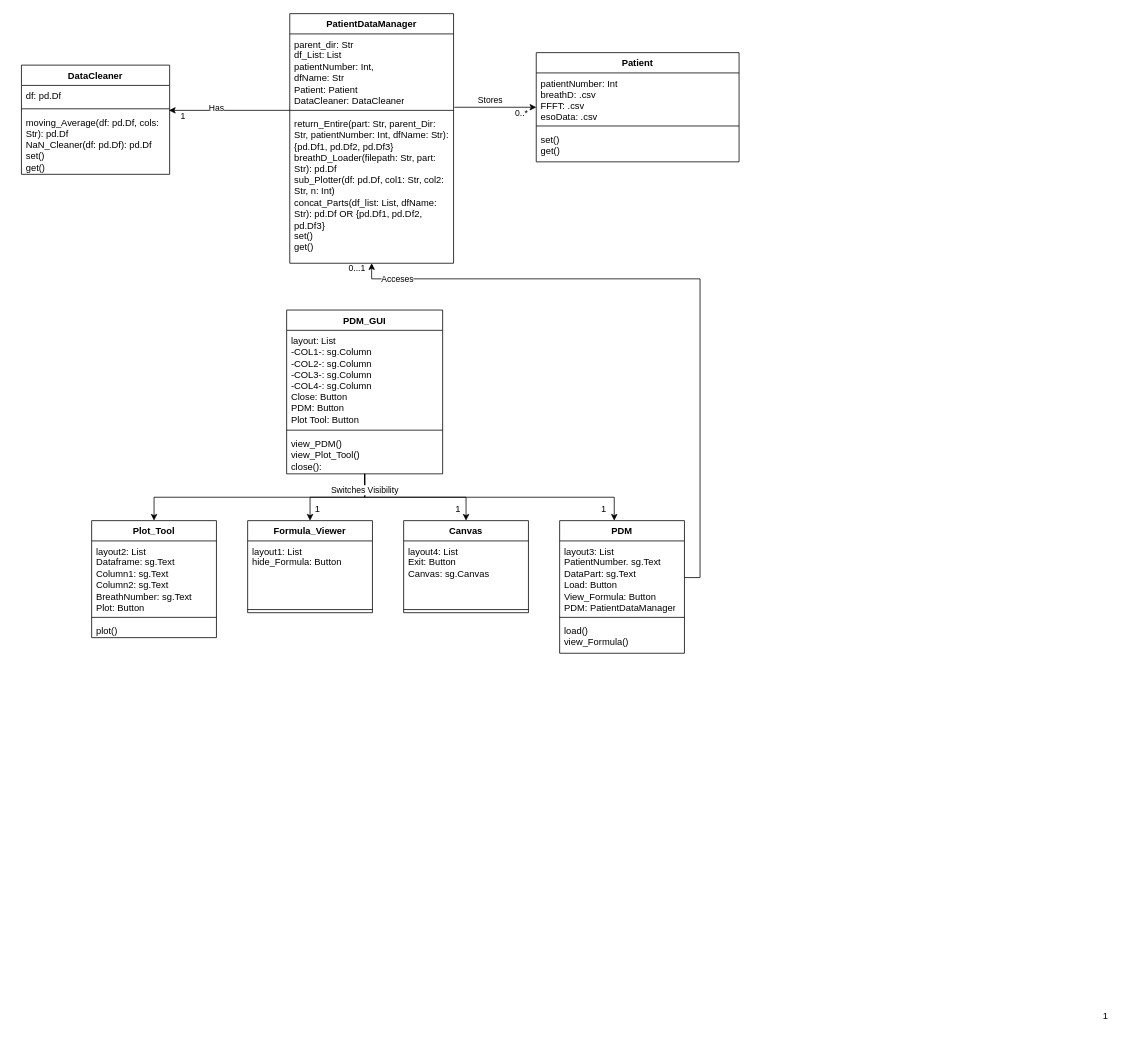
Earlier version of the draw.io diagram Figures/PDM_Analysis_Class.drawio (lleuch18/P9). Source tidied: cells renumbered, new cells numbered last; positions are measured from the earlier drawing's top-left corner, leaving out a move shared by most shapes. Both pictures are drawn from the tidied source at 78%, with x=0, y=0 at pixel (21, 13).
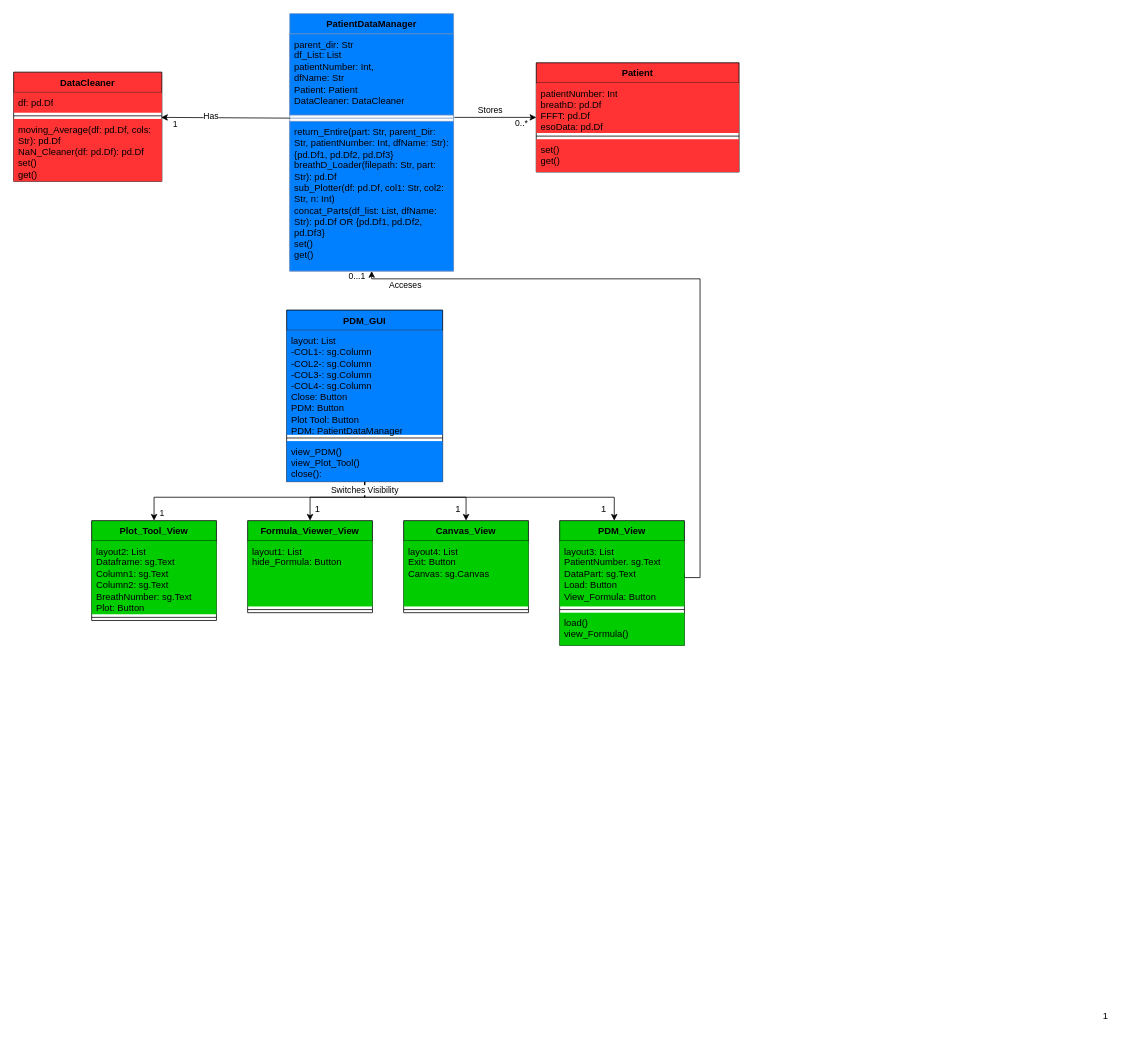
After the change.

Unchanged cells that the change refers to:
```xml
<mxCell id="2" value="0...1" style="edgeStyle=orthogonalEdgeStyle;rounded=0;jettySize=auto;html=1;entryX=1;entryY=0.5;entryDx=0;entryDy=0;endArrow=none;endFill=0;startArrow=classic;startFill=1;" parent="1" edge="1" source="4" target="32">
  <mxGeometry x="-0.98" y="-19" relative="1" as="geometry">
    <Array as="points">
      <mxPoint x="449" y="340" />
      <mxPoint x="870" y="340" />
      <mxPoint x="870" y="723" />
    </Array>
    <mxPoint y="-1" as="offset" />
  </mxGeometry>
</mxCell>
```

What changed in the source:
```diff
@@
     <mxCell id="3" value="Acceses" style="edgeLabel;html=1;align=center;verticalAlign=middle;" parent="2" vertex="1">
       <mxGeometry x="-0.71" y="4" relative="1" as="geometry">
-        <mxPoint x="-70" y="4" as="offset" />
+        <mxPoint x="-70" y="11" as="offset" />
       </mxGeometry>
     </mxCell>
-    <mxCell id="4" value="PatientDataManager" style="swimlane;fontStyle=1;align=center;verticalAlign=top;horizontal=1;startSize=26;whiteSpace=wrap;html=1;" parent="1" vertex="1">
-      <mxGeometry x="344" width="210" height="320" as="geometry" />
+    <mxCell id="4" value="PatientDataManager" style="swimlane;fontStyle=1;align=center;verticalAlign=top;horizontal=1;startSize=26;whiteSpace=wrap;html=1;fillColor=#007FFF;strokeColor=#6c8ebf;" parent="1" vertex="1">
+      <mxGeometry x="344" width="210" height="330" as="geometry" />
     </mxCell>
-    <mxCell id="5" value="parent_dir: Str&lt;br&gt;df_List: List&lt;br&gt;patientNumber: Int,&lt;br&gt;dfName: Str&lt;br&gt;Patient: Patient&lt;br&gt;DataCleaner: DataCleaner" style="text;strokeColor=none;fillColor=none;align=left;verticalAlign=top;spacingLeft=4;spacingRight=4;overflow=hidden;whiteSpace=wrap;html=1;" parent="4" vertex="1">
-      <mxGeometry y="26" width="210" height="94" as="geometry" />
+    <mxCell id="5" value="parent_dir: Str&lt;br&gt;df_List: List&lt;br&gt;patientNumber: Int,&lt;br&gt;dfName: Str&lt;br&gt;Patient: Patient&lt;br&gt;DataCleaner: DataCleaner&lt;br&gt;" style="text;strokeColor=#6c8ebf;fillColor=#007FFF;align=left;verticalAlign=top;spacingLeft=4;spacingRight=4;overflow=hidden;whiteSpace=wrap;html=1;" parent="4" vertex="1">
+      <mxGeometry y="26" width="210" height="104" as="geometry" />
     </mxCell>
     <mxCell id="6" style="line;strokeWidth=1;fillColor=none;align=left;verticalAlign=middle;spacingTop=-1;spacingLeft=3;spacingRight=3;labelPosition=right;strokeColor=inherit;" parent="4" vertex="1">
-      <mxGeometry y="120" width="210" height="8" as="geometry" />
+      <mxGeometry y="130" width="210" height="8" as="geometry" />
     </mxCell>
-    <mxCell id="7" value="return_Entire(part: Str, parent_Dir: Str, patientNumber: Int, dfName: Str):&lt;br&gt;{pd.Df1, pd.Df2, pd.Df3}&lt;br&gt;breathD_Loader(filepath: Str, part: Str): pd.Df&lt;br&gt;sub_Plotter(df: pd.Df, col1: Str, col2: Str, n: Int)&lt;br&gt;concat_Parts(df_list: List, dfName: Str): pd.Df OR {pd.Df1, pd.Df2, pd.Df3}&lt;br&gt;set()&lt;br&gt;get()" style="text;strokeColor=none;fillColor=none;align=left;verticalAlign=top;spacingLeft=4;spacingRight=4;overflow=hidden;points=[[0,0.5],[1,0.5]];portConstraint=eastwest;whiteSpace=wrap;html=1;" parent="4" vertex="1">
-      <mxGeometry y="128" width="210" height="192" as="geometry" />
+    <mxCell id="7" value="return_Entire(part: Str, parent_Dir: Str, patientNumber: Int, dfName: Str):&lt;br&gt;{pd.Df1, pd.Df2, pd.Df3}&lt;br&gt;breathD_Loader(filepath: Str, part: Str): pd.Df&lt;br&gt;sub_Plotter(df: pd.Df, col1: Str, col2: Str, n: Int)&lt;br&gt;concat_Parts(df_list: List, dfName: Str): pd.Df OR {pd.Df1, pd.Df2, pd.Df3}&lt;br&gt;set()&lt;br&gt;get()" style="text;strokeColor=#6c8ebf;fillColor=#007FFF;align=left;verticalAlign=top;spacingLeft=4;spacingRight=4;overflow=hidden;points=[[0,0.5],[1,0.5]];portConstraint=eastwest;whiteSpace=wrap;html=1;" parent="4" vertex="1">
+      <mxGeometry y="138" width="210" height="192" as="geometry" />
     </mxCell>
-    <mxCell id="8" value="Patient" style="swimlane;fontStyle=1;align=center;verticalAlign=top;horizontal=1;startSize=26;whiteSpace=wrap;html=1;" parent="1" vertex="1">
-      <mxGeometry x="660" y="50" width="260" height="140" as="geometry" />
+    <mxCell id="8" value="Patient" style="swimlane;fontStyle=1;align=center;verticalAlign=top;horizontal=1;startSize=26;whiteSpace=wrap;html=1;fillColor=#FF3333;" parent="1" vertex="1">
+      <mxGeometry x="660" y="63" width="260" height="140" as="geometry" />
     </mxCell>
-    <mxCell id="9" value="patientNumber: Int&lt;br&gt;breathD: .csv&lt;br&gt;FFFT: .csv&lt;br&gt;esoData: .csv" style="text;strokeColor=none;fillColor=none;align=left;verticalAlign=top;spacingLeft=4;spacingRight=4;overflow=hidden;whiteSpace=wrap;html=1;" parent="8" vertex="1">
+    <mxCell id="9" value="patientNumber: Int&lt;br&gt;breathD: pd.Df&lt;br&gt;FFFT: pd.Df&lt;br&gt;esoData: pd.Df" style="text;strokeColor=none;fillColor=#FF3333;align=left;verticalAlign=top;spacingLeft=4;spacingRight=4;overflow=hidden;whiteSpace=wrap;html=1;" parent="8" vertex="1">
       <mxGeometry y="26" width="260" height="64" as="geometry" />
     </mxCell>
@@
-    <mxCell id="11" value="set()&lt;br&gt;get()" style="text;strokeColor=none;fillColor=none;align=left;verticalAlign=top;spacingLeft=4;spacingRight=4;overflow=hidden;whiteSpace=wrap;html=1;" parent="8" vertex="1">
+    <mxCell id="11" value="set()&lt;br&gt;get()" style="text;strokeColor=none;fillColor=#FF3333;align=left;verticalAlign=top;spacingLeft=4;spacingRight=4;overflow=hidden;whiteSpace=wrap;html=1;" parent="8" vertex="1">
       <mxGeometry y="98" width="260" height="42" as="geometry" />
     </mxCell>
-    <mxCell id="12" value="DataCleaner" style="swimlane;fontStyle=1;align=center;verticalAlign=top;horizontal=1;startSize=26;whiteSpace=wrap;html=1;" parent="1" vertex="1">
-      <mxGeometry y="66" width="190" height="140" as="geometry" />
+    <mxCell id="12" value="DataCleaner" style="swimlane;fontStyle=1;align=center;verticalAlign=top;horizontal=1;startSize=26;whiteSpace=wrap;html=1;fillColor=#FF3333;" parent="1" vertex="1">
+      <mxGeometry x="-10" y="75" width="190" height="140" as="geometry" />
     </mxCell>
-    <mxCell id="13" value="df: pd.Df" style="text;strokeColor=none;fillColor=none;align=left;verticalAlign=top;spacingLeft=4;spacingRight=4;overflow=hidden;whiteSpace=wrap;html=1;" parent="12" vertex="1">
+    <mxCell id="13" value="df: pd.Df" style="text;strokeColor=none;fillColor=#FF3333;align=left;verticalAlign=top;spacingLeft=4;spacingRight=4;overflow=hidden;whiteSpace=wrap;html=1;" parent="12" vertex="1">
       <mxGeometry y="26" width="190" height="26" as="geometry" />
     </mxCell>
@@
-    <mxCell id="15" value="moving_Average(df: pd.Df, cols: Str): pd.Df&lt;br&gt;NaN_Cleaner(df: pd.Df): pd.Df&lt;br&gt;set()&lt;br&gt;get()" style="text;strokeColor=none;fillColor=none;align=left;verticalAlign=top;spacingLeft=4;spacingRight=4;overflow=hidden;points=[[0,0.5],[1,0.5]];portConstraint=eastwest;whiteSpace=wrap;html=1;" parent="12" vertex="1">
+    <mxCell id="15" value="moving_Average(df: pd.Df, cols: Str): pd.Df&lt;br&gt;NaN_Cleaner(df: pd.Df): pd.Df&lt;br&gt;set()&lt;br&gt;get()" style="text;strokeColor=none;fillColor=#FF3333;align=left;verticalAlign=top;spacingLeft=4;spacingRight=4;overflow=hidden;points=[[0,0.5],[1,0.5]];portConstraint=eastwest;whiteSpace=wrap;html=1;" parent="12" vertex="1">
       <mxGeometry y="60" width="190" height="80" as="geometry" />
     </mxCell>
-    <mxCell id="16" style="edgeStyle=orthogonalEdgeStyle;rounded=0;jettySize=auto;html=1;entryX=0.5;entryY=0;entryDx=0;entryDy=0;" parent="1" edge="1" source="20" target="24">
-      <mxGeometry relative="1" as="geometry">
+    <mxCell id="16" value="1" style="edgeStyle=orthogonalEdgeStyle;rounded=0;jettySize=auto;html=1;entryX=0.5;entryY=0;entryDx=0;entryDy=0;" parent="1" edge="1" source="20" target="24">
+      <mxGeometry x="0.94" y="10" relative="1" as="geometry">
         <Array as="points">
           <mxPoint x="440" y="620" />
           <mxPoint x="170" y="620" />
         </Array>
+        <mxPoint y="1" as="offset" />
       </mxGeometry>
     </mxCell>
@@
-    <mxCell id="20" value="PDM_GUI" style="swimlane;fontStyle=1;align=center;verticalAlign=top;horizontal=1;startSize=26;whiteSpace=wrap;html=1;" parent="1" vertex="1">
-      <mxGeometry x="340" y="380" width="200" height="210" as="geometry" />
+    <mxCell id="20" value="PDM_GUI" style="swimlane;fontStyle=1;align=center;verticalAlign=top;horizontal=1;startSize=26;whiteSpace=wrap;html=1;fillColor=#007FFF;" parent="1" vertex="1">
+      <mxGeometry x="340" y="380" width="200" height="220" as="geometry" />
     </mxCell>
-    <mxCell id="21" value="layout: List&lt;br&gt;-COL1-: sg.Column&lt;br&gt;-COL2-: sg.Column&lt;br&gt;-COL3-: sg.Column&lt;br&gt;-COL4-: sg.Column&lt;br&gt;Close: Button&lt;br&gt;PDM: Button&lt;br&gt;Plot Tool: Button&lt;br&gt;" style="text;strokeColor=none;fillColor=none;align=left;verticalAlign=top;spacingLeft=4;spacingRight=4;overflow=hidden;whiteSpace=wrap;html=1;" parent="20" vertex="1">
-      <mxGeometry y="26" width="200" height="124" as="geometry" />
+    <mxCell id="21" value="layout: List&lt;br&gt;-COL1-: sg.Column&lt;br&gt;-COL2-: sg.Column&lt;br&gt;-COL3-: sg.Column&lt;br&gt;-COL4-: sg.Column&lt;br&gt;Close: Button&lt;br&gt;PDM: Button&lt;br&gt;Plot Tool: Button&lt;br&gt;PDM: PatientDataManager" style="text;strokeColor=none;fillColor=#007FFF;align=left;verticalAlign=top;spacingLeft=4;spacingRight=4;overflow=hidden;whiteSpace=wrap;html=1;" parent="20" vertex="1">
+      <mxGeometry y="26" width="200" height="134" as="geometry" />
     </mxCell>
     <mxCell id="22" style="line;strokeWidth=1;fillColor=none;align=left;verticalAlign=middle;spacingTop=-1;spacingLeft=3;spacingRight=3;labelPosition=right;strokeColor=inherit;" parent="20" vertex="1">
-      <mxGeometry y="150" width="200" height="8" as="geometry" />
+      <mxGeometry y="160" width="200" height="8" as="geometry" />
     </mxCell>
-    <mxCell id="23" value="view_PDM()&lt;br&gt;view_Plot_Tool()&lt;br&gt;close():" style="text;strokeColor=none;fillColor=none;align=left;verticalAlign=top;spacingLeft=4;spacingRight=4;overflow=hidden;whiteSpace=wrap;html=1;" parent="20" vertex="1">
-      <mxGeometry y="158" width="200" height="52" as="geometry" />
+    <mxCell id="23" value="view_PDM()&lt;br&gt;view_Plot_Tool()&lt;br&gt;close():" style="text;strokeColor=none;fillColor=#007FFF;align=left;verticalAlign=top;spacingLeft=4;spacingRight=4;overflow=hidden;whiteSpace=wrap;html=1;" parent="20" vertex="1">
+      <mxGeometry y="168" width="200" height="52" as="geometry" />
     </mxCell>
-    <mxCell id="24" value="Plot_Tool" style="swimlane;fontStyle=1;align=center;verticalAlign=top;horizontal=1;startSize=26;whiteSpace=wrap;html=1;" parent="1" vertex="1">
-      <mxGeometry x="90" y="650" width="160" height="150" as="geometry" />
+    <mxCell id="24" value="Plot_Tool_View" style="swimlane;fontStyle=1;align=center;verticalAlign=top;horizontal=1;startSize=26;whiteSpace=wrap;html=1;fillColor=#00CC00;" parent="1" vertex="1">
+      <mxGeometry x="90" y="650" width="160" height="128" as="geometry" />
     </mxCell>
-    <mxCell id="25" value="layout2: List&lt;br&gt;Dataframe: sg.Text&lt;br&gt;Column1: sg.Text&lt;br&gt;Column2: sg.Text&lt;br&gt;BreathNumber: sg.Text&lt;br&gt;Plot: Button" style="text;strokeColor=none;fillColor=none;align=left;verticalAlign=top;spacingLeft=4;spacingRight=4;overflow=hidden;whiteSpace=wrap;html=1;" parent="24" vertex="1">
+    <mxCell id="25" value="layout2: List&lt;br&gt;Dataframe: sg.Text&lt;br&gt;Column1: sg.Text&lt;br&gt;Column2: sg.Text&lt;br&gt;BreathNumber: sg.Text&lt;br&gt;Plot: Button" style="text;strokeColor=none;fillColor=#00CC00;align=left;verticalAlign=top;spacingLeft=4;spacingRight=4;overflow=hidden;whiteSpace=wrap;html=1;" parent="24" vertex="1">
       <mxGeometry y="26" width="160" height="94" as="geometry" />
     </mxCell>
-    <mxCell id="26" style="line;strokeWidth=1;fillColor=none;align=left;verticalAlign=middle;spacingTop=-1;spacingLeft=3;spacingRight=3;labelPosition=right;strokeColor=inherit;" parent="24" vertex="1">
+    <mxCell id="26" style="line;strokeWidth=1;fillColor=#00CC00;align=left;verticalAlign=middle;spacingTop=-1;spacingLeft=3;spacingRight=3;labelPosition=right;strokeColor=inherit;" parent="24" vertex="1">
       <mxGeometry y="120" width="160" height="8" as="geometry" />
     </mxCell>
-    <mxCell id="27" value="plot()" style="text;strokeColor=none;fillColor=none;align=left;verticalAlign=top;spacingLeft=4;spacingRight=4;overflow=hidden;whiteSpace=wrap;html=1;" parent="24" vertex="1">
-      <mxGeometry y="128" width="160" height="22" as="geometry" />
-    </mxCell>
-    <mxCell id="28" value="Formula_Viewer" style="swimlane;fontStyle=1;align=center;verticalAlign=top;horizontal=1;startSize=26;whiteSpace=wrap;html=1;" parent="1" vertex="1">
+    <mxCell id="28" value="Formula_Viewer_View" style="swimlane;fontStyle=1;align=center;verticalAlign=top;horizontal=1;startSize=26;whiteSpace=wrap;html=1;fillColor=#00CC00;" parent="1" vertex="1">
       <mxGeometry x="290" y="650" width="160" height="118" as="geometry" />
     </mxCell>
-    <mxCell id="29" value="layout1: List&lt;br&gt;hide_Formula: Button&lt;br&gt;" style="text;strokeColor=none;fillColor=none;align=left;verticalAlign=top;spacingLeft=4;spacingRight=4;overflow=hidden;whiteSpace=wrap;html=1;" parent="28" vertex="1">
+    <mxCell id="29" value="layout1: List&lt;br&gt;hide_Formula: Button&lt;br&gt;" style="text;strokeColor=none;fillColor=#00CC00;align=left;verticalAlign=top;spacingLeft=4;spacingRight=4;overflow=hidden;whiteSpace=wrap;html=1;" parent="28" vertex="1">
       <mxGeometry y="26" width="160" height="84" as="geometry" />
     </mxCell>
-    <mxCell id="30" style="line;strokeWidth=1;fillColor=none;align=left;verticalAlign=middle;spacingTop=-1;spacingLeft=3;spacingRight=3;labelPosition=right;strokeColor=inherit;" parent="28" vertex="1">
+    <mxCell id="30" style="line;strokeWidth=1;fillColor=#00CC00;align=left;verticalAlign=middle;spacingTop=-1;spacingLeft=3;spacingRight=3;labelPosition=right;strokeColor=inherit;" parent="28" vertex="1">
       <mxGeometry y="110" width="160" height="8" as="geometry" />
     </mxCell>
-    <mxCell id="31" value="PDM" style="swimlane;fontStyle=1;align=center;verticalAlign=top;horizontal=1;startSize=26;whiteSpace=wrap;html=1;" parent="1" vertex="1">
-      <mxGeometry x="690" y="650" width="160" height="170" as="geometry" />
+    <mxCell id="31" value="PDM_View" style="swimlane;fontStyle=1;align=center;verticalAlign=top;horizontal=1;startSize=26;whiteSpace=wrap;html=1;fillColor=#00CC00;" parent="1" vertex="1">
+      <mxGeometry x="690" y="650" width="160" height="160" as="geometry" />
     </mxCell>
-    <mxCell id="32" value="layout3: List&lt;br&gt;PatientNumber. sg.Text&lt;br&gt;DataPart: sg.Text&lt;br&gt;Load: Button&lt;br&gt;View_Formula: Button&lt;br&gt;PDM: PatientDataManager" style="text;strokeColor=none;fillColor=none;align=left;verticalAlign=top;spacingLeft=4;spacingRight=4;overflow=hidden;points=[[0,0.5],[1,0.5]];portConstraint=eastwest;whiteSpace=wrap;html=1;" parent="31" vertex="1">
-      <mxGeometry y="26" width="160" height="94" as="geometry" />
+    <mxCell id="32" value="layout3: List&lt;br&gt;PatientNumber. sg.Text&lt;br&gt;DataPart: sg.Text&lt;br&gt;Load: Button&lt;br&gt;View_Formula: Button" style="text;strokeColor=none;fillColor=#00CC00;align=left;verticalAlign=top;spacingLeft=4;spacingRight=4;overflow=hidden;points=[[0,0.5],[1,0.5]];portConstraint=eastwest;whiteSpace=wrap;html=1;" parent="31" vertex="1">
+      <mxGeometry y="26" width="160" height="84" as="geometry" />
     </mxCell>
-    <mxCell id="33" style="line;strokeWidth=1;fillColor=none;align=left;verticalAlign=middle;spacingTop=-1;spacingLeft=3;spacingRight=3;labelPosition=right;strokeColor=inherit;" parent="31" vertex="1">
-      <mxGeometry y="120" width="160" height="8" as="geometry" />
+    <mxCell id="33" style="line;strokeWidth=1;fillColor=#00CC00;align=left;verticalAlign=middle;spacingTop=-1;spacingLeft=3;spacingRight=3;labelPosition=right;strokeColor=inherit;" parent="31" vertex="1">
+      <mxGeometry y="110" width="160" height="8" as="geometry" />
     </mxCell>
-    <mxCell id="34" value="load()&lt;br&gt;view_Formula()&lt;br&gt;" style="text;strokeColor=none;fillColor=none;align=left;verticalAlign=top;spacingLeft=4;spacingRight=4;overflow=hidden;whiteSpace=wrap;html=1;" parent="31" vertex="1">
-      <mxGeometry y="128" width="160" height="42" as="geometry" />
+    <mxCell id="34" value="load()&lt;br&gt;view_Formula()&lt;br&gt;" style="text;strokeColor=none;fillColor=#00CC00;align=left;verticalAlign=top;spacingLeft=4;spacingRight=4;overflow=hidden;whiteSpace=wrap;html=1;" parent="31" vertex="1">
+      <mxGeometry y="118" width="160" height="42" as="geometry" />
     </mxCell>
-    <mxCell id="35" value="Canvas" style="swimlane;fontStyle=1;align=center;verticalAlign=top;horizontal=1;startSize=26;whiteSpace=wrap;html=1;" parent="1" vertex="1">
+    <mxCell id="35" value="Canvas_View" style="swimlane;fontStyle=1;align=center;verticalAlign=top;horizontal=1;startSize=26;whiteSpace=wrap;html=1;fillColor=#00CC00;" parent="1" vertex="1">
       <mxGeometry x="490" y="650" width="160" height="118" as="geometry" />
     </mxCell>
-    <mxCell id="36" value="layout4: List&lt;br&gt;Exit: Button&lt;br&gt;Canvas: sg.Canvas" style="text;strokeColor=none;fillColor=none;align=left;verticalAlign=top;spacingLeft=4;spacingRight=4;overflow=hidden;whiteSpace=wrap;html=1;" parent="35" vertex="1">
+    <mxCell id="36" value="layout4: List&lt;br&gt;Exit: Button&lt;br&gt;Canvas: sg.Canvas" style="text;strokeColor=none;fillColor=#00CC00;align=left;verticalAlign=top;spacingLeft=4;spacingRight=4;overflow=hidden;whiteSpace=wrap;html=1;" parent="35" vertex="1">
       <mxGeometry y="26" width="160" height="84" as="geometry" />
     </mxCell>
-    <mxCell id="37" style="line;strokeWidth=1;fillColor=none;align=left;verticalAlign=middle;spacingTop=-1;spacingLeft=3;spacingRight=3;labelPosition=right;strokeColor=inherit;" parent="35" vertex="1">
+    <mxCell id="37" style="line;strokeWidth=1;fillColor=#00CC00;align=left;verticalAlign=middle;spacingTop=-1;spacingLeft=3;spacingRight=3;labelPosition=right;strokeColor=inherit;" parent="35" vertex="1">
       <mxGeometry y="110" width="160" height="8" as="geometry" />
     </mxCell>
     <mxCell id="38" style="endArrow=classic;html=1;rounded=0;exitX=0.981;exitY=1;exitDx=0;exitDy=0;exitPerimeter=0;entryX=-0.019;entryY=1.048;entryDx=0;entryDy=0;entryPerimeter=0;" parent="1" edge="1">
       <mxGeometry relative="1" as="geometry">
-        <mxPoint x="555" y="120" as="sourcePoint" />
-        <mxPoint x="660.1" y="120" as="targetPoint" />
+        <mxPoint x="555" y="133" as="sourcePoint" />
+        <mxPoint x="660.1" y="133" as="targetPoint" />
       </mxGeometry>
     </mxCell>
```
